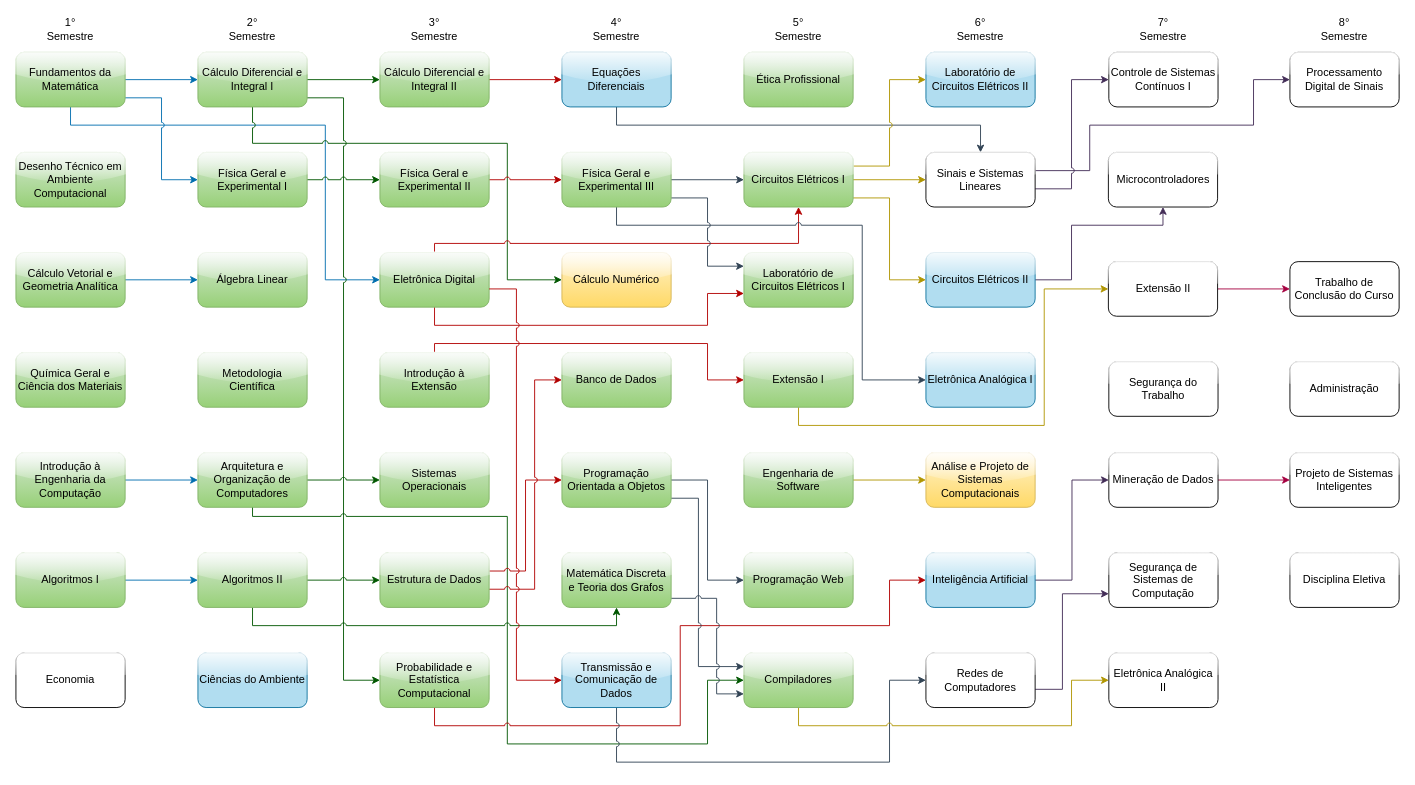
Earlier version of the draw.io diagram fluxograma-disciplinas.drawio (mateus-s-a/IFMT_Eng_Computacao). Source tidied: cells renumbered, new cells numbered last; positions are measured from the earlier drawing's top-left corner, leaving out a move shared by most shapes. Both pictures are drawn from the tidied source at 91%, with x=0, y=0 at pixel (15, 15).
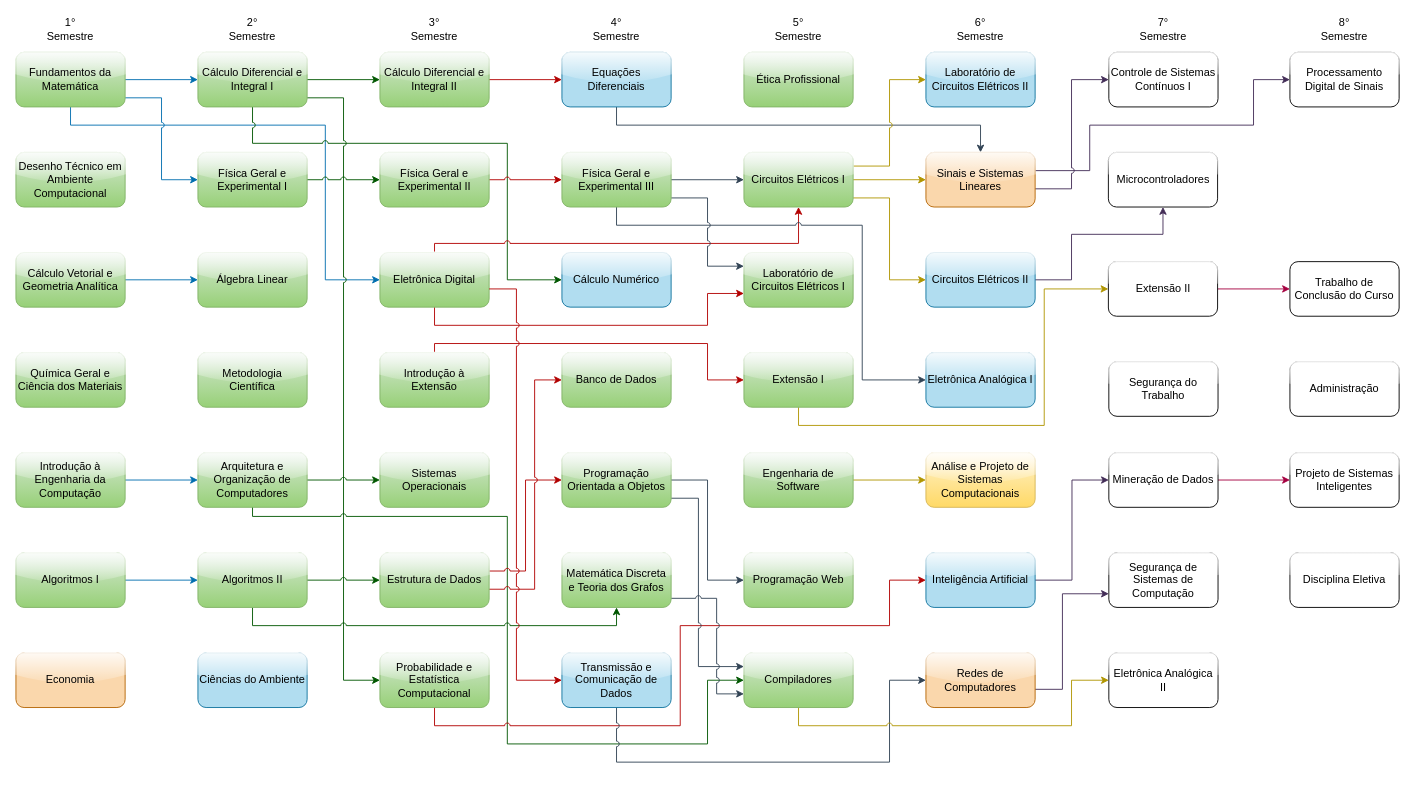
Above is the later version.

Unchanged cells that the change refers to:
```xml
<mxCell id="46" style="group;" parent="1" vertex="1">
  <mxGeometry width="120" height="760" as="geometry" />
</mxCell>
<mxCell id="73" style="group;" parent="1" vertex="1">
  <mxGeometry x="600" width="120" height="760" as="geometry" />
</mxCell>
<mxCell id="91" style="group;" parent="1" vertex="1">
  <mxGeometry x="1000" width="120" height="760" as="geometry" />
</mxCell>
<mxCell id="94" value="Circuitos Elétricos II" style="rounded=1;whiteSpace=wrap;html=1;glass=1;fillColor=#b1ddf0;strokeColor=#10739e;" parent="91" vertex="1">
  <mxGeometry y="260" width="120" height="60" as="geometry" />
</mxCell>
<mxCell id="102" value="Microcontroladores" style="rounded=1;whiteSpace=wrap;html=1;glass=1;" parent="100" vertex="1">
  <mxGeometry y="150" width="120" height="60" as="geometry" />
</mxCell>
```

What changed in the source:
```diff
@@
     <mxCell id="40" style="edgeStyle=orthogonalEdgeStyle;rounded=0;jettySize=auto;html=1;entryX=0.5;entryY=1;entryDx=0;entryDy=0;fillColor=#76608a;strokeColor=#432D57;jumpStyle=arc;" parent="1" edge="1" source="94" target="102">
       <mxGeometry relative="1" as="geometry">
         <Array as="points">
           <mxPoint x="1160" y="290" />
-          <mxPoint x="1160" y="230" />
-          <mxPoint x="1260" y="230" />
+          <mxPoint x="1160" y="240" />
+          <mxPoint x="1261" y="240" />
         </Array>
       </mxGeometry>
     </mxCell>
@@
-    <mxCell id="54" value="Economia" style="rounded=1;whiteSpace=wrap;html=1;glass=1;" parent="46" vertex="1">
+    <mxCell id="54" value="Economia" style="rounded=1;whiteSpace=wrap;html=1;glass=1;fillColor=#fad7ac;strokeColor=#b46504;" parent="46" vertex="1">
       <mxGeometry y="700" width="120" height="60" as="geometry" />
     </mxCell>
@@
-    <mxCell id="76" value="Cálculo Numérico" style="rounded=1;whiteSpace=wrap;html=1;glass=1;fillColor=#fff2cc;gradientColor=#ffd966;strokeColor=#d6b656;" parent="73" vertex="1">
+    <mxCell id="76" value="Cálculo Numérico" style="rounded=1;whiteSpace=wrap;html=1;glass=1;fillColor=#b1ddf0;strokeColor=#10739e;" parent="73" vertex="1">
       <mxGeometry y="260" width="120" height="60" as="geometry" />
     </mxCell>
@@
-    <mxCell id="93" value="Sinais e Sistemas Lineares" style="rounded=1;whiteSpace=wrap;html=1;glass=1;" parent="91" vertex="1">
+    <mxCell id="93" value="Sinais e Sistemas Lineares" style="rounded=1;whiteSpace=wrap;html=1;glass=1;fillColor=#fad7ac;strokeColor=#b46504;" parent="91" vertex="1">
       <mxGeometry y="150" width="120" height="60" as="geometry" />
     </mxCell>
@@
-    <mxCell id="98" value="Redes de Computadores" style="rounded=1;whiteSpace=wrap;html=1;glass=1;" parent="91" vertex="1">
+    <mxCell id="98" value="Redes de Computadores" style="rounded=1;whiteSpace=wrap;html=1;glass=1;fillColor=#fad7ac;strokeColor=#b46504;" parent="91" vertex="1">
       <mxGeometry y="700" width="120" height="60" as="geometry" />
     </mxCell>
```
